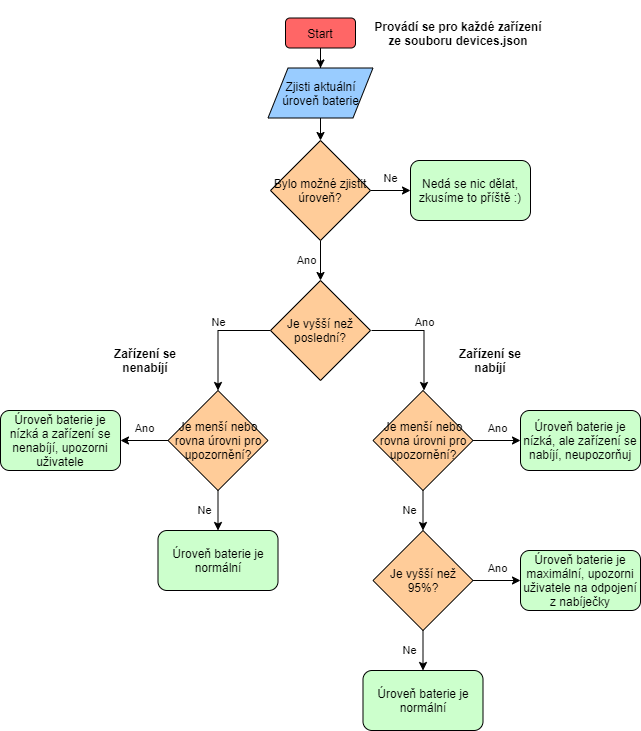
The draw.io diagram res/flowchart.png in evollutions/BatteryMonitoring, before a commit. Source tidied: cells renumbered, new cells last; positions are measured from the earlier drawing's top-left corner, leaving out a move shared by most shapes.
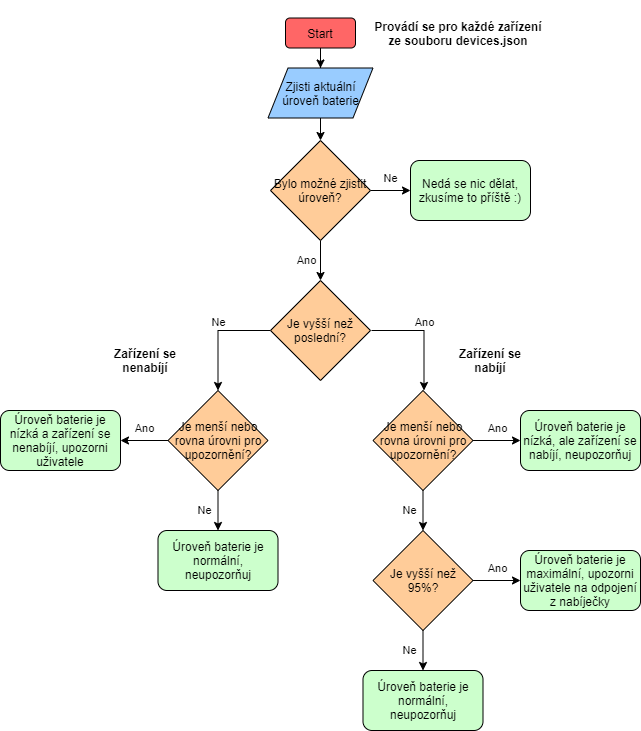
The same diagram one commit later.

Commit message:
Uprava flowchartu, readme

What changed in the source:
```diff
@@ -53,7 +53,7 @@
     <mxCell id="17" value="Úroveň baterie je maximální, upozorni uživatele na odpojení z nabíječky" style="rounded=1;whiteSpace=wrap;html=1;fillColor=#CCFFCC;" parent="1" vertex="1">
       <mxGeometry x="520" y="550" width="120" height="60" as="geometry" />
     </mxCell>
-    <mxCell id="18" value="Úroveň baterie je normální" style="rounded=1;whiteSpace=wrap;html=1;fillColor=#CCFFCC;" parent="1" vertex="1">
+    <mxCell id="18" value="Úroveň baterie je normální, neupozorňuj" style="rounded=1;whiteSpace=wrap;html=1;fillColor=#CCFFCC;" parent="1" vertex="1">
       <mxGeometry x="362.5" y="670" width="120" height="60" as="geometry" />
     </mxCell>
     <mxCell id="19" value="Ano" style="edgeStyle=orthogonalEdgeStyle;rounded=0;jettySize=auto;html=1;entryX=0;entryY=0.5;entryDx=0;entryDy=0;spacingTop=-24;" parent="1" edge="1" source="21" target="17">
@@ -77,7 +77,7 @@
     <mxCell id="25" value="Úroveň baterie je nízká a zařízení se nenabíjí, upozorni uživatele" style="rounded=1;whiteSpace=wrap;html=1;fillColor=#CCFFCC;" parent="1" vertex="1">
       <mxGeometry y="410" width="120" height="60" as="geometry" />
     </mxCell>
-    <mxCell id="26" value="Úroveň baterie je normální" style="rounded=1;whiteSpace=wrap;html=1;fillColor=#CCFFCC;" parent="1" vertex="1">
+    <mxCell id="26" value="Úroveň baterie je normální, neupozorňuj" style="rounded=1;whiteSpace=wrap;html=1;fillColor=#CCFFCC;" parent="1" vertex="1">
       <mxGeometry x="157.5" y="530" width="120" height="60" as="geometry" />
     </mxCell>
     <mxCell id="27" value="Provádí se pro každé zařízení ze souboru devices.json" style="text;html=1;strokeColor=none;fillColor=none;align=center;verticalAlign=middle;whiteSpace=wrap;rounded=0;fontStyle=1;" parent="1" vertex="1">
```
